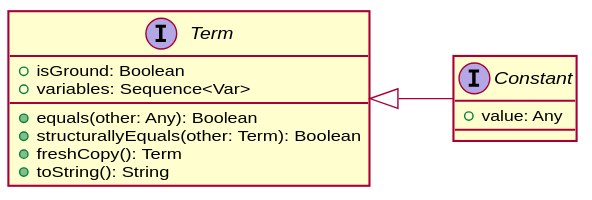
Earlier version of the PlantUML export img/constant.svg (gciatto-unibo/2p-kt-presentation). Its diagram source:
```plantuml
@startuml
left to right direction
skinparam shadowing false

interface Term {
  + isGround: Boolean
  + variables: Sequence<Var>
  + equals(other: Any): Boolean
  + structurallyEquals(other: Term): Boolean
  + freshCopy(): Term
  + toString(): String
}
interface Constant {
  + value: Any
}

Term <|-- Constant

@enduml
```
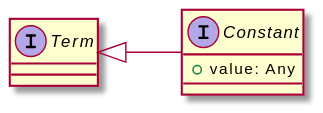
The same file after the commit.

Change to the diagram source:
```diff
@@ -1,19 +1,11 @@
 @startuml
 left to right direction
-skinparam shadowing false
 
-interface Term {
-  + isGround: Boolean
-  + variables: Sequence<Var>
-  + equals(other: Any): Boolean
-  + structurallyEquals(other: Term): Boolean
-  + freshCopy(): Term
-  + toString(): String
-}
+interface Term
+
 interface Constant {
   + value: Any
 }
 
 Term <|-- Constant
-
 @enduml
```
